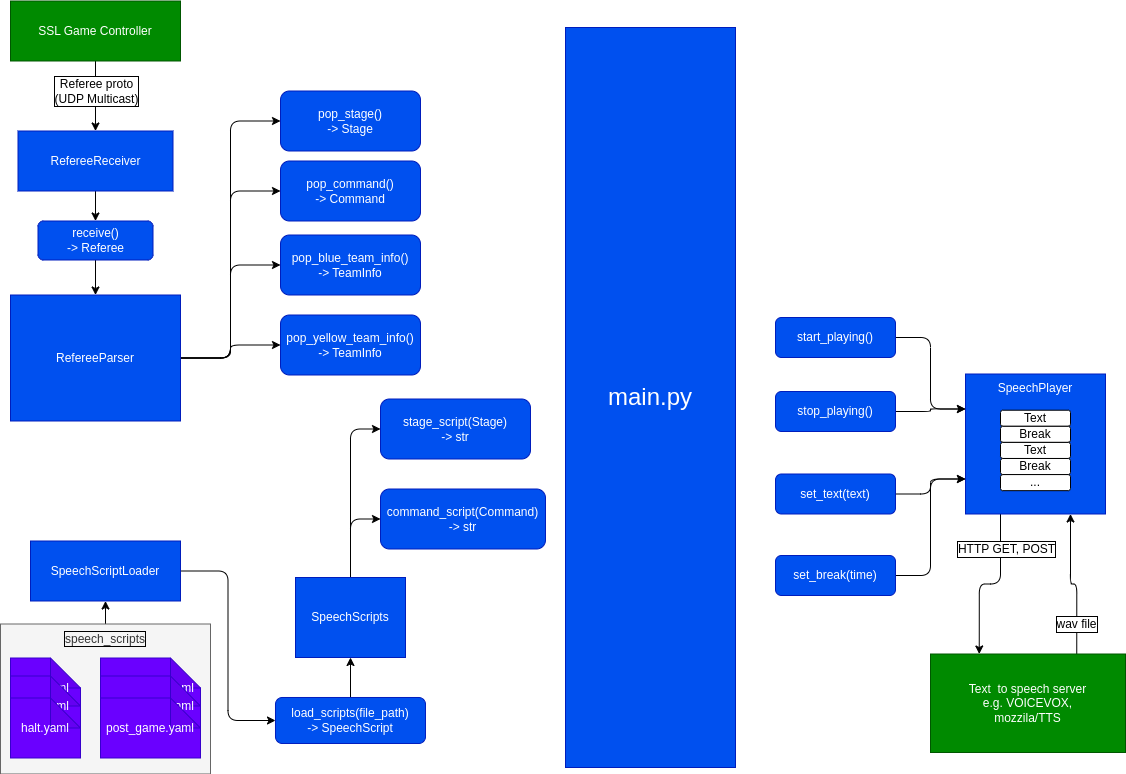
Above: design/design.drawio.png in ShotaAk/robocup-ssl-voice-referee (draw.io), before the change. Source tidied: cells renumbered, new cells last; positions are measured from the earlier drawing's top-left corner, leaving out a move shared by most shapes.
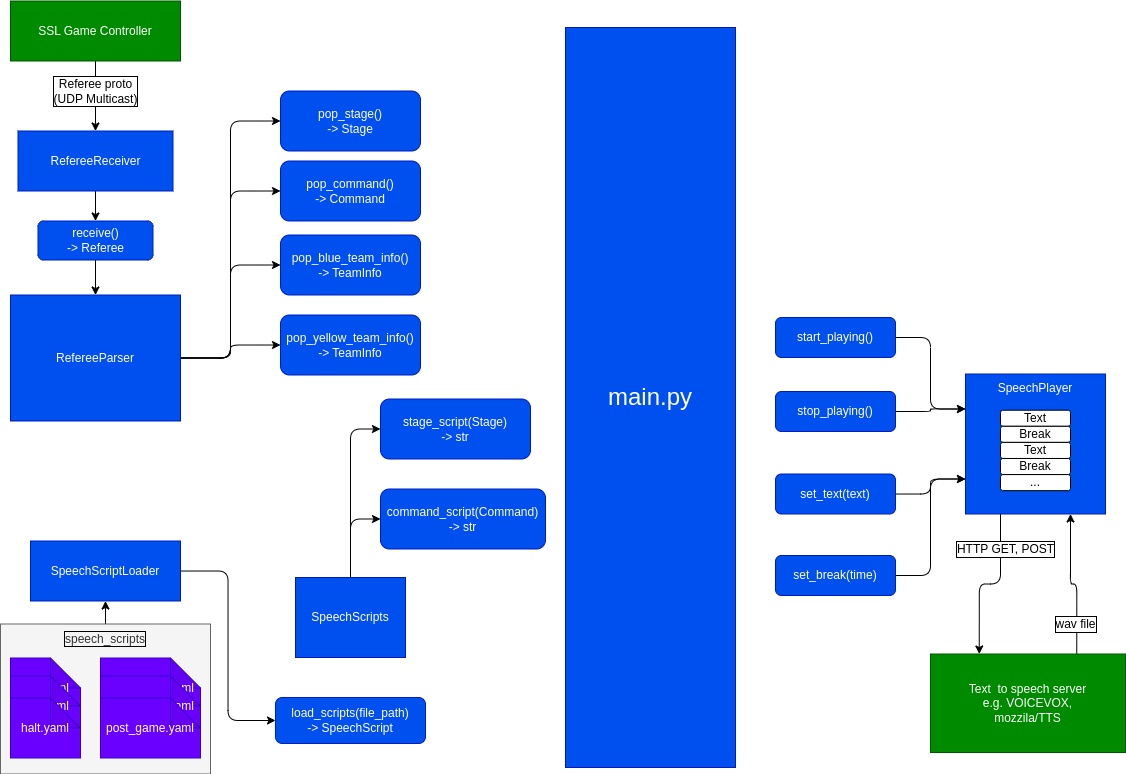
Later version of the same file.

Change to the diagram source:
```diff
@@ -115,9 +115,6 @@
     <mxCell id="38" value="SpeechScriptLoader" style="rounded=0;whiteSpace=wrap;html=1;fillColor=#0050ef;fontColor=#ffffff;strokeColor=#001DBC;" parent="1" vertex="1">
       <mxGeometry x="30" y="539.5" width="150" height="60" as="geometry" />
     </mxCell>
-    <mxCell id="39" style="edgeStyle=orthogonalEdgeStyle;shape=connector;rounded=1;html=1;entryX=0.5;entryY=1;entryDx=0;entryDy=0;labelBackgroundColor=default;strokeColor=#000000;fontFamily=Helvetica;fontSize=24;fontColor=default;endArrow=classic;" parent="1" edge="1" source="40" target="15">
-      <mxGeometry relative="1" as="geometry" />
-    </mxCell>
     <mxCell id="40" value="load_scripts(file_path)&lt;br&gt;-&amp;gt; SpeechScript" style="rounded=1;whiteSpace=wrap;html=1;labelBorderColor=none;fontFamily=Helvetica;fontSize=12;fontColor=#ffffff;fillColor=#0050ef;strokeColor=#001DBC;" parent="1" vertex="1">
       <mxGeometry x="275" y="696" width="150" height="46" as="geometry" />
     </mxCell>
```
